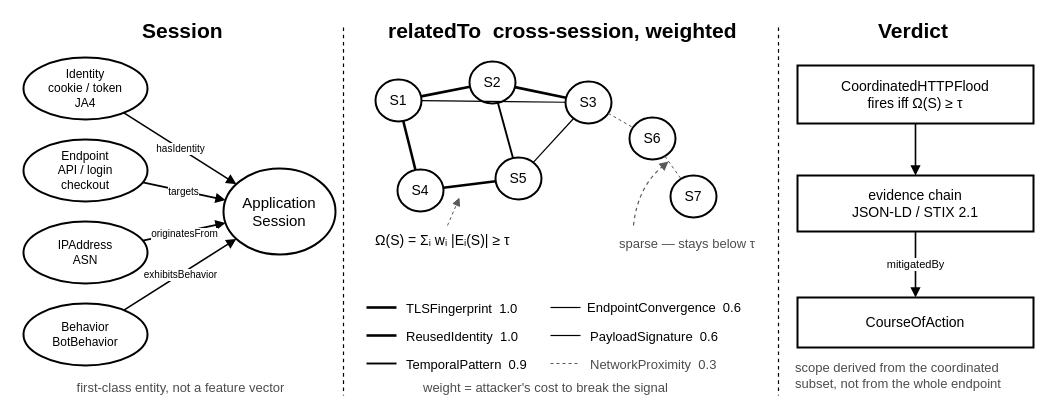
This is papers/http-session-noms/figures/src-drawio/fig1_ontology.drawio from Natanael0liveira/knowledge-graph-ddos-article, a draw.io file, before an edit. Source tidied: cells renumbered, new cells numbered last; positions are measured from the earlier drawing's top-left corner, leaving out a move shared by most shapes. Both pictures are drawn from the tidied source at 100%, with x=0, y=0 at pixel (17, 17).
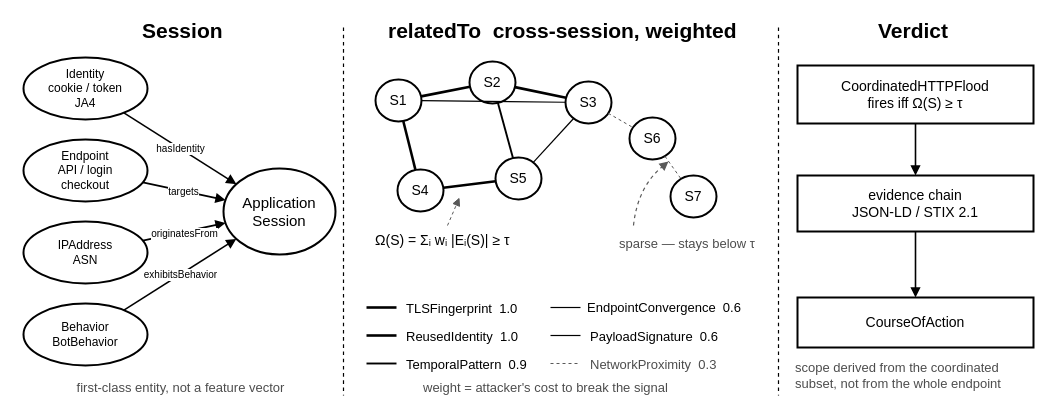
The same diagram, later.

The change refers to these unchanged cells:
```xml
<mxCell id="51" value="evidence chain&lt;br&gt;JSON-LD / STIX 2.1" style="rounded=0;whiteSpace=wrap;html=1;fillColor=none;strokeColor=#000000;strokeWidth=2;fontFamily=Helvetica;fontSize=14;" parent="1" vertex="1">
  <mxGeometry x="780" y="158" width="236" height="56" as="geometry" />
</mxCell>
<mxCell id="52" value="CourseOfAction" style="rounded=0;whiteSpace=wrap;html=1;fillColor=none;strokeColor=#000000;strokeWidth=2;fontFamily=Helvetica;fontSize=14;" parent="1" vertex="1">
  <mxGeometry x="780" y="280" width="236" height="50" as="geometry" />
</mxCell>
```

Diff of the diagram source:
```diff
@@
-    <mxCell id="54" value="mitigatedBy" style="endArrow=block;endFill=1;endSize=6;html=1;rounded=0;strokeColor=#000000;strokeWidth=1.6;fontFamily=Helvetica;fontSize=11;labelBackgroundColor=#FFFFFF;" parent="1" edge="1" source="51" target="52">
+    <mxCell id="54" style="endArrow=block;endFill=1;endSize=6;html=1;rounded=0;strokeColor=#000000;strokeWidth=1.6;fontFamily=Helvetica;fontSize=11;labelBackgroundColor=#FFFFFF;" parent="1" edge="1" source="51" target="52">
       <mxGeometry relative="1" as="geometry" />
     </mxCell>
```
